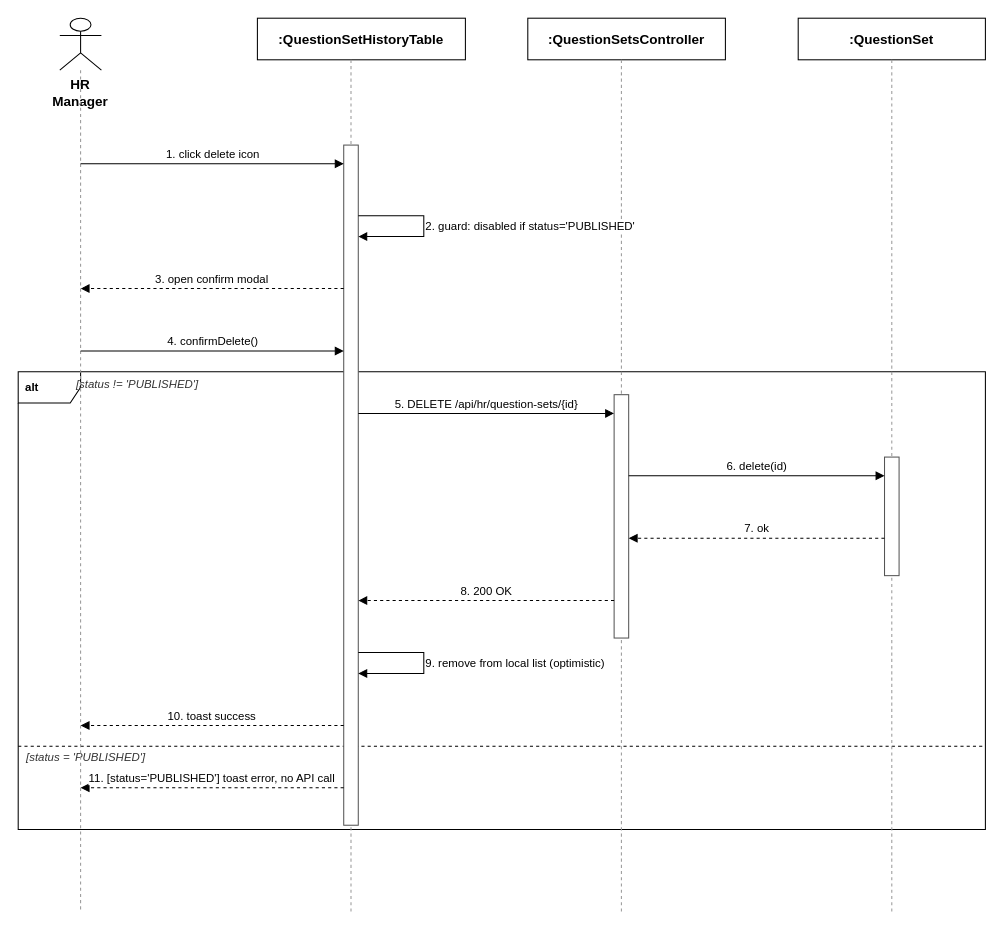
Earlier version of the draw.io diagram docs/qa/Nam_SequenceDiagram/05_JobDescriptionManagement_DeleteJD.drawio (tulklk/AI_Interview_Question_Generation_RAG_LLM_FE). Source tidied: cells renumbered, new cells numbered last; positions are measured from the earlier drawing's top-left corner, leaving out a move shared by most shapes. Both pictures are drawn from the tidied source at 104%, with x=0, y=0 at pixel (18, 18).
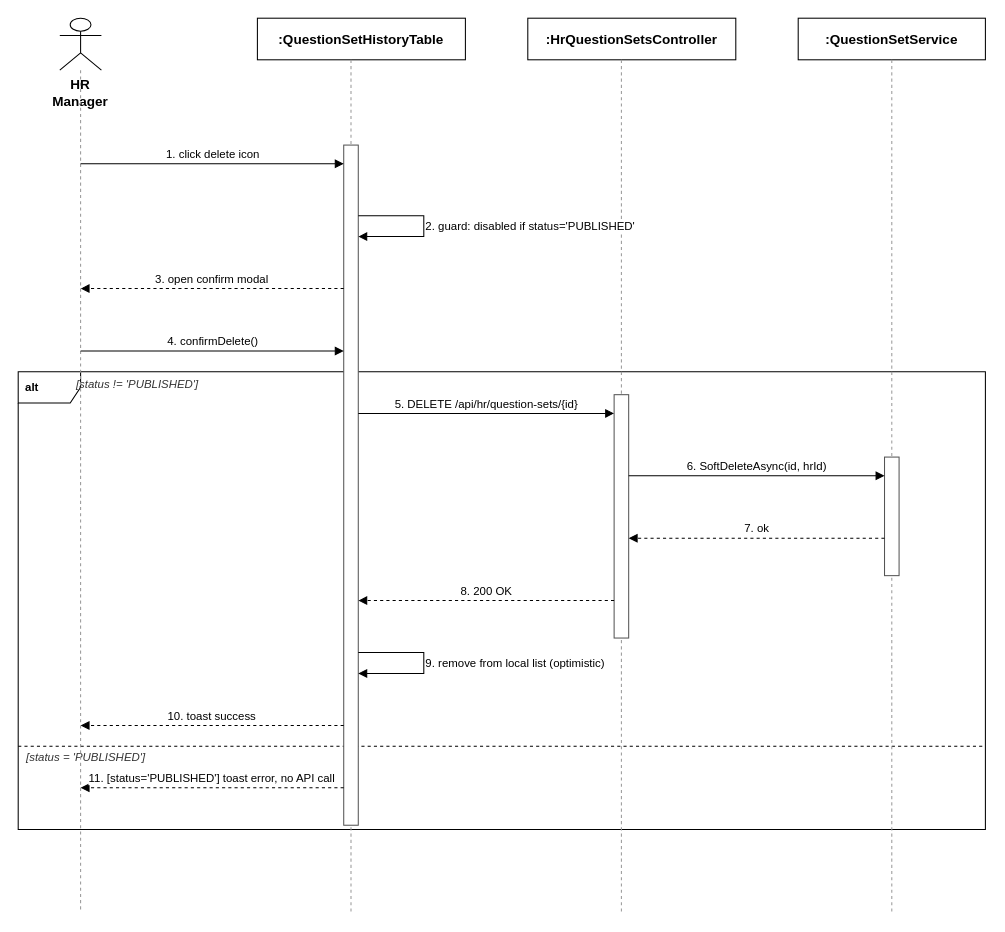
The same diagram, later.

Change to the diagram source:
```diff
@@
-    <mxCell id="10" value=":QuestionSetsController" style="rounded=0;whiteSpace=wrap;html=1;fontSize=13;fillColor=#ffffff;strokeColor=#000000;fontStyle=1;" parent="1" vertex="1">
-      <mxGeometry x="490" width="190" height="40" as="geometry" />
+    <mxCell id="10" value=":HrQuestionSetsController" style="rounded=0;whiteSpace=wrap;html=1;fontSize=13;fillColor=#ffffff;strokeColor=#000000;fontStyle=1;" parent="1" vertex="1">
+      <mxGeometry x="490" width="200" height="40" as="geometry" />
     </mxCell>
@@
-    <mxCell id="12" value=":QuestionSet" style="rounded=0;whiteSpace=wrap;html=1;fontSize=13;fillColor=#ffffff;strokeColor=#000000;fontStyle=1;" parent="1" vertex="1">
+    <mxCell id="12" value=":QuestionSetService" style="rounded=0;whiteSpace=wrap;html=1;fontSize=13;fillColor=#ffffff;strokeColor=#000000;fontStyle=1;" parent="1" vertex="1">
       <mxGeometry x="750" width="180" height="40" as="geometry" />
     </mxCell>
@@
-    <mxCell id="22" value="6. delete(id)" style="endArrow=block;endFill=1;html=1;fontSize=11;align=center;verticalAlign=bottom;labelBackgroundColor=#ffffff;strokeColor=#000000;" parent="1" edge="1">
+    <mxCell id="22" value="6. SoftDeleteAsync(id, hrId)" style="endArrow=block;endFill=1;html=1;fontSize=11;align=center;verticalAlign=bottom;labelBackgroundColor=#ffffff;strokeColor=#000000;" parent="1" edge="1">
       <mxGeometry relative="1" as="geometry">
         <mxPoint x="587" y="440" as="sourcePoint" />
         <mxPoint x="833" y="440" as="targetPoint" />
       </mxGeometry>
     </mxCell>
```
